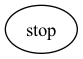
Above: pictures/tree.png in linusheck/molehill (Graphviz), before the change. Its source is kept beside it as pictures/tree.dot.
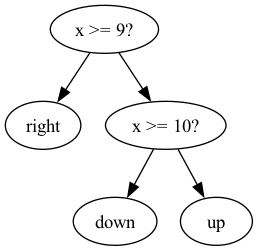
Above is the later version.

Diff of the diagram source:
```diff
@@ -1,3 +1,11 @@
 digraph tree {
-    "0x0" [label="stop"];
+    "0x0" [label="x >= 9?"];
+    "0x1" [label="right"];
+    "0x2" [label="x >= 10?"];
+    "0x3" [label="down"];
+    "0x4" [label="up"];
+    "0x0" -> "0x1";
+    "0x0" -> "0x2";
+    "0x2" -> "0x3";
+    "0x2" -> "0x4";
 }
```
